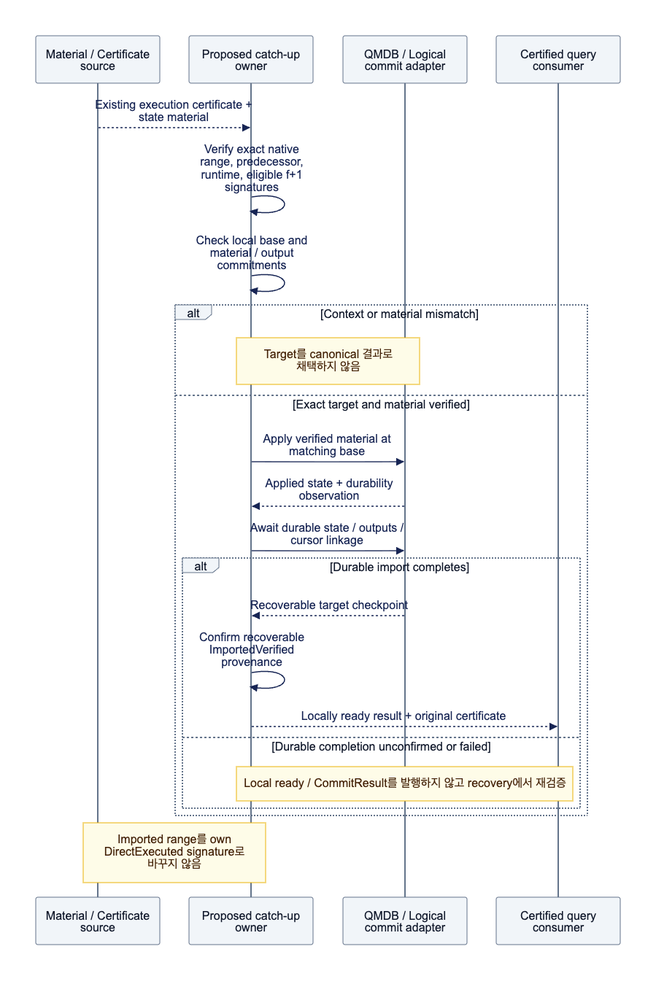
Earlier version of the Mermaid export assets/diagrams/diagram-14.png (djm07073/baton-research). Its source is kept beside it as assets/diagrams/diagram-14.mmd.
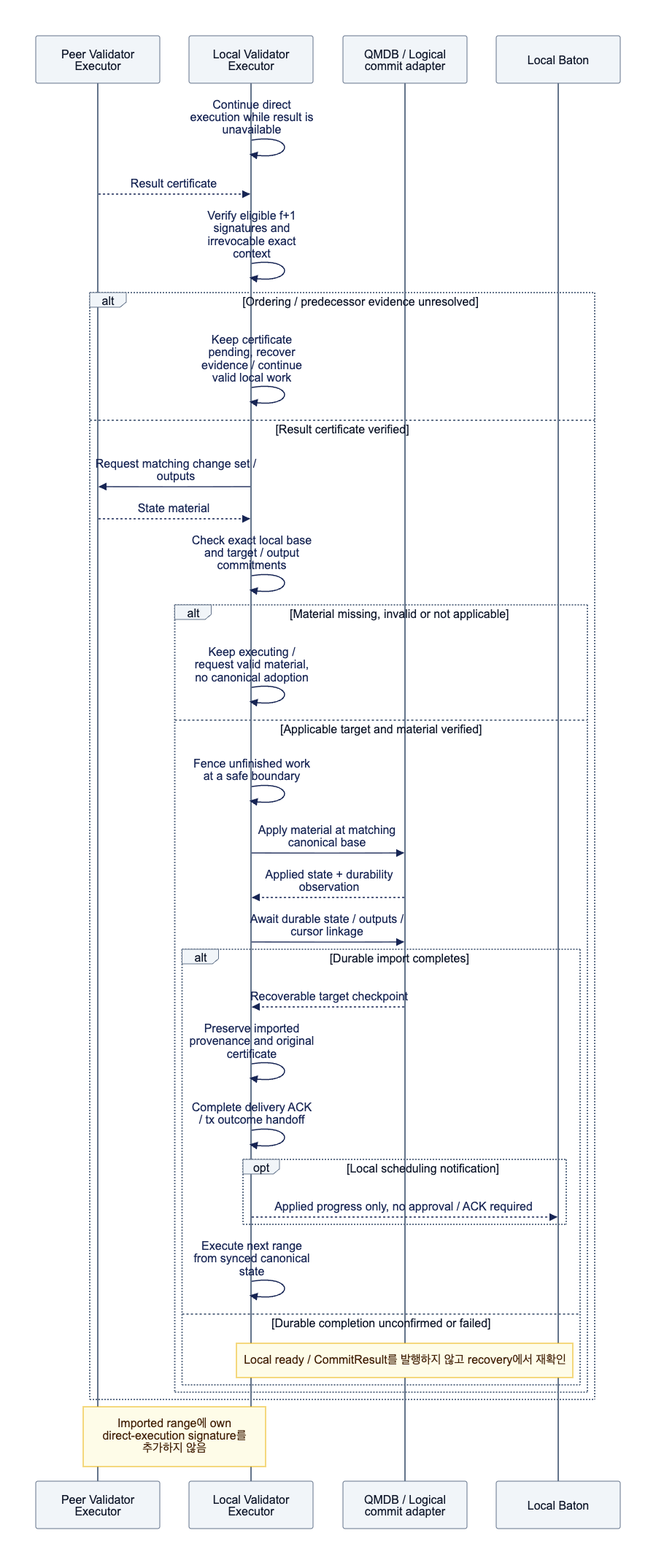
The same file after the commit.

Change to the diagram source:
```diff
@@ -1,23 +1,35 @@
 sequenceDiagram
-    participant P as Material / Certificate source
-    participant C as Proposed catch-up owner
+    participant P as Peer Validator Executor
+    participant E as Local Validator Executor
     participant Q as QMDB / Logical commit adapter
-    participant V as Certified query consumer
-    P-->>C: Existing execution certificate + state material
-    C->>C: Verify exact native range, predecessor, runtime, eligible f+1 signatures
-    C->>C: Check local base and material / output commitments
-    alt Context or material mismatch
-        Note over C,Q: Target를 canonical 결과로 채택하지 않음
-    else Exact target and material verified
-        C->>Q: Apply verified material at matching base
-        Q-->>C: Applied state + durability observation
-        C->>Q: Await durable state / outputs / cursor linkage
-        alt Durable import completes
-            Q-->>C: Recoverable target checkpoint
-            C->>C: Confirm recoverable ImportedVerified provenance
-            C-->>V: Locally ready result + original certificate
-        else Durable completion unconfirmed or failed
-            Note over C,V: Local ready / CommitResult를 발행하지 않고 recovery에서 재검증
+    participant B as Local Baton
+    E->>E: Continue direct execution while result is unavailable
+    P-->>E: Result certificate
+    E->>E: Verify eligible f+1 signatures and irrevocable exact context
+    alt Ordering / predecessor evidence unresolved
+        E->>E: Keep certificate pending, recover evidence / continue valid local work
+    else Result certificate verified
+        E->>P: Request matching change set / outputs
+        P-->>E: State material
+        E->>E: Check exact local base and target / output commitments
+        alt Material missing, invalid or not applicable
+            E->>E: Keep executing / request valid material, no canonical adoption
+        else Applicable target and material verified
+            E->>E: Fence unfinished work at a safe boundary
+            E->>Q: Apply material at matching canonical base
+            Q-->>E: Applied state + durability observation
+            E->>Q: Await durable state / outputs / cursor linkage
+            alt Durable import completes
+                Q-->>E: Recoverable target checkpoint
+                E->>E: Preserve imported provenance and original certificate
+                E->>E: Complete delivery ACK / tx outcome handoff
+                opt Local scheduling notification
+                    E-->>B: Applied progress only, no approval / ACK required
+                end
+                E->>E: Execute next range from synced canonical state
+            else Durable completion unconfirmed or failed
+                Note over E,B: Local ready / CommitResult를 발행하지 않고 recovery에서 재확인
+            end
         end
     end
-    Note over P,C: Imported range를 own DirectExecuted signature로 바꾸지 않음
+    Note over P,E: Imported range에 own direct-execution signature를 추가하지 않음
```
